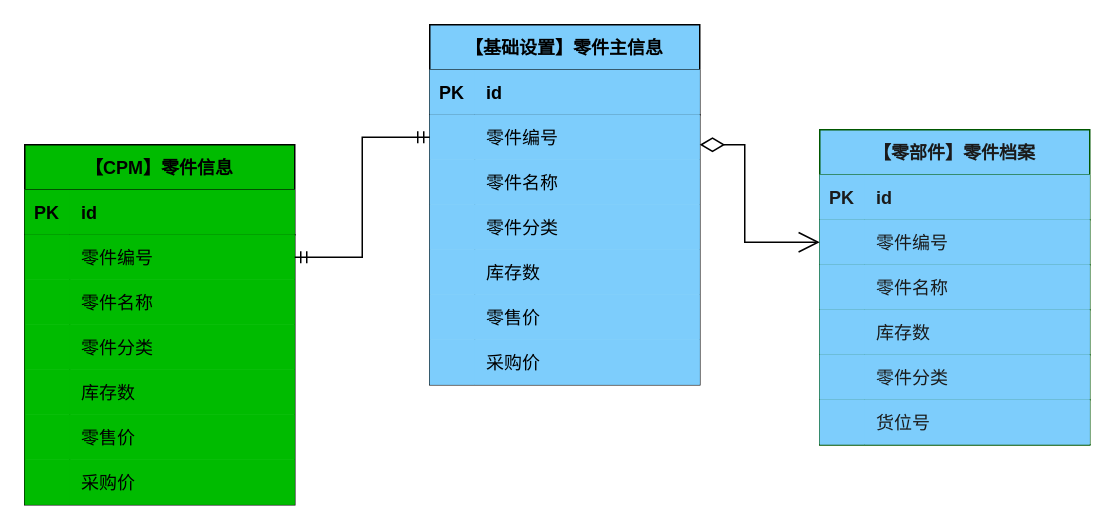
Before: page "聚合根" (4 of 4) of 零件主信息.drawio in 1132489442/gitRepository1, a draw.io diagram. Source tidied: cells renumbered, new cells numbered last; positions are measured from the earlier drawing's top-left corner, leaving out a move shared by most shapes. Both pictures are drawn from the tidied source at 150%, with x=0, y=0 at pixel (24, 24).
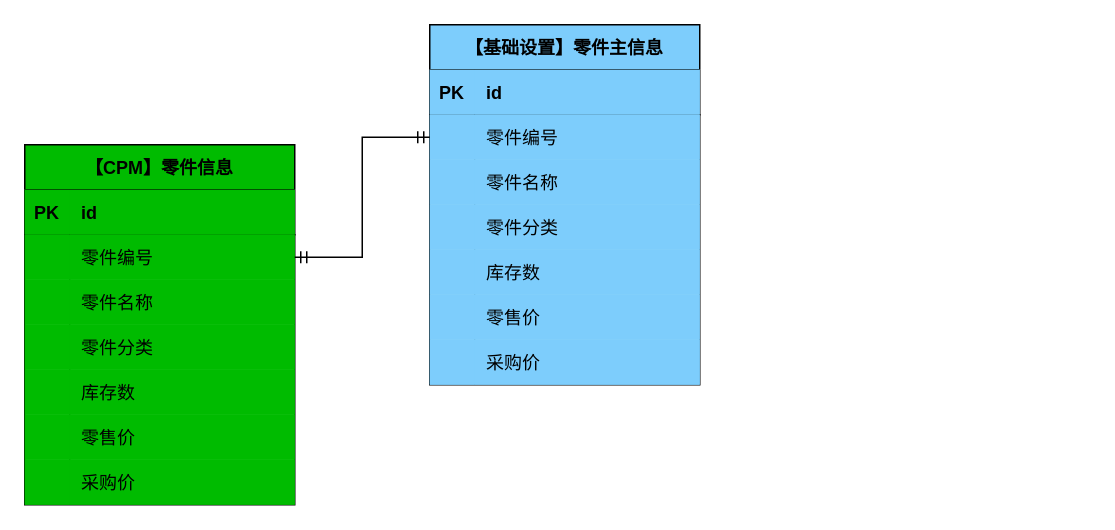
Above is the later version.

Change to the diagram source:
```diff
@@
-    <mxCell id="2" value="【零部件】零件档案" style="shape=table;startSize=30;childLayout=tableLayout;rowLines=0;fontStyle=1;align=center;fillColor=#7DCDFC;fontColor=#1A1A1A;strokeColor=#005700;" parent="1" vertex="1">
-      <mxGeometry x="530" y="70" width="180" height="210" as="geometry" />
-    </mxCell>
-    <mxCell id="3" style="shape=tableRow;horizontal=0;startSize=0;swimlaneHead=0;swimlaneBody=0;fillColor=#7DCDFC;top=0;left=0;right=0;bottom=1;fontColor=#1A1A1A;strokeColor=#005700;" parent="2" vertex="1">
-      <mxGeometry y="30" width="180" height="30" as="geometry" />
-    </mxCell>
-    <mxCell id="4" value="PK" style="shape=partialRectangle;fillColor=#7DCDFC;top=0;left=0;bottom=0;right=0;fontStyle=1;overflow=hidden;fontColor=#1A1A1A;strokeColor=#005700;" parent="3" vertex="1">
-      <mxGeometry width="30" height="30" as="geometry" />
-    </mxCell>
-    <mxCell id="5" value="id" style="shape=partialRectangle;fillColor=#7DCDFC;top=0;left=0;bottom=0;right=0;align=left;spacingLeft=6;fontStyle=1;overflow=hidden;fontColor=#1A1A1A;strokeColor=#005700;" parent="3" vertex="1">
-      <mxGeometry x="30" width="150" height="30" as="geometry" />
-    </mxCell>
-    <mxCell id="6" style="shape=tableRow;horizontal=0;startSize=0;swimlaneHead=0;swimlaneBody=0;fillColor=#7DCDFC;points=[[0,0.5],[1,0.5]];portConstraint=eastwest;top=0;left=0;right=0;bottom=1;fontColor=#1A1A1A;strokeColor=#005700;fontStyle=0;" parent="2" vertex="1">
-      <mxGeometry y="60" width="180" height="30" as="geometry" />
-    </mxCell>
-    <mxCell id="7" style="shape=partialRectangle;fillColor=#7DCDFC;top=0;left=0;bottom=0;right=0;fontStyle=0;overflow=hidden;fontColor=#1A1A1A;strokeColor=#005700;" parent="6" vertex="1">
-      <mxGeometry width="30" height="30" as="geometry" />
-    </mxCell>
-    <mxCell id="8" value="零件编号    " style="shape=partialRectangle;fillColor=#7DCDFC;top=0;left=0;bottom=0;right=0;align=left;spacingLeft=6;fontStyle=0;overflow=hidden;fontColor=#1A1A1A;strokeColor=#005700;" parent="6" vertex="1">
-      <mxGeometry x="30" width="150" height="30" as="geometry" />
-    </mxCell>
-    <mxCell id="9" style="shape=tableRow;horizontal=0;startSize=0;swimlaneHead=0;swimlaneBody=0;fillColor=#7DCDFC;top=0;left=0;right=0;bottom=1;fontColor=#1A1A1A;strokeColor=#005700;fontStyle=0;" parent="2" vertex="1">
-      <mxGeometry y="90" width="180" height="30" as="geometry" />
-    </mxCell>
-    <mxCell id="10" style="shape=partialRectangle;fillColor=#7DCDFC;top=0;left=0;bottom=0;right=0;fontStyle=0;overflow=hidden;fontColor=#1A1A1A;strokeColor=#005700;" parent="9" vertex="1">
-      <mxGeometry width="30" height="30" as="geometry" />
-    </mxCell>
-    <mxCell id="11" value="零件名称" style="shape=partialRectangle;fillColor=#7DCDFC;top=0;left=0;bottom=0;right=0;align=left;spacingLeft=6;fontStyle=0;overflow=hidden;fontColor=#1A1A1A;strokeColor=#005700;" parent="9" vertex="1">
-      <mxGeometry x="30" width="150" height="30" as="geometry" />
-    </mxCell>
-    <mxCell id="12" style="shape=tableRow;horizontal=0;startSize=0;swimlaneHead=0;swimlaneBody=0;fillColor=#7DCDFC;top=0;left=0;right=0;bottom=1;fontColor=#1A1A1A;strokeColor=#005700;fontStyle=0;" parent="2" vertex="1">
-      <mxGeometry y="120" width="180" height="30" as="geometry" />
-    </mxCell>
-    <mxCell id="13" style="shape=partialRectangle;fillColor=#7DCDFC;top=0;left=0;bottom=0;right=0;fontStyle=0;overflow=hidden;fontColor=#1A1A1A;strokeColor=#005700;" parent="12" vertex="1">
-      <mxGeometry width="30" height="30" as="geometry" />
-    </mxCell>
-    <mxCell id="14" value="库存数" style="shape=partialRectangle;fillColor=#7DCDFC;top=0;left=0;bottom=0;right=0;align=left;spacingLeft=6;fontStyle=0;overflow=hidden;fontColor=#1A1A1A;strokeColor=#005700;" parent="12" vertex="1">
-      <mxGeometry x="30" width="150" height="30" as="geometry" />
-    </mxCell>
-    <mxCell id="15" style="shape=tableRow;horizontal=0;startSize=0;swimlaneHead=0;swimlaneBody=0;fillColor=#7DCDFC;top=0;left=0;right=0;bottom=1;fontColor=#1A1A1A;strokeColor=#005700;fontStyle=0;" parent="2" vertex="1">
-      <mxGeometry y="150" width="180" height="30" as="geometry" />
-    </mxCell>
-    <mxCell id="16" style="shape=partialRectangle;fillColor=#7DCDFC;top=0;left=0;bottom=0;right=0;fontStyle=0;overflow=hidden;fontColor=#1A1A1A;strokeColor=#005700;" parent="15" vertex="1">
-      <mxGeometry width="30" height="30" as="geometry" />
-    </mxCell>
-    <mxCell id="17" value="零件分类" style="shape=partialRectangle;fillColor=#7DCDFC;top=0;left=0;bottom=0;right=0;align=left;spacingLeft=6;fontStyle=0;overflow=hidden;fontColor=#1A1A1A;strokeColor=#005700;" parent="15" vertex="1">
-      <mxGeometry x="30" width="150" height="30" as="geometry" />
-    </mxCell>
-    <mxCell id="18" style="shape=tableRow;horizontal=0;startSize=0;swimlaneHead=0;swimlaneBody=0;fillColor=#7DCDFC;top=0;left=0;right=0;bottom=1;fontColor=#1A1A1A;strokeColor=#005700;fontStyle=0;" parent="2" vertex="1">
-      <mxGeometry y="180" width="180" height="30" as="geometry" />
-    </mxCell>
-    <mxCell id="19" style="shape=partialRectangle;fillColor=#7DCDFC;top=0;left=0;bottom=0;right=0;fontStyle=0;overflow=hidden;fontColor=#1A1A1A;strokeColor=#005700;" parent="18" vertex="1">
-      <mxGeometry width="30" height="30" as="geometry" />
-    </mxCell>
-    <mxCell id="20" value="货位号" style="shape=partialRectangle;fillColor=#7DCDFC;top=0;left=0;bottom=0;right=0;align=left;spacingLeft=6;fontStyle=0;overflow=hidden;fontColor=#1A1A1A;strokeColor=#005700;" parent="18" vertex="1">
-      <mxGeometry x="30" width="150" height="30" as="geometry" />
-    </mxCell>
@@
-    <mxCell id="65" style="endArrow=open;html=1;endSize=12;startArrow=diamondThin;startSize=14;startFill=0;edgeStyle=orthogonalEdgeStyle;align=left;verticalAlign=bottom;rounded=0;entryX=0;entryY=0.5;entryDx=0;entryDy=0;" parent="1" edge="1" target="6">
-      <mxGeometry x="-1" y="3" relative="1" as="geometry">
-        <mxPoint x="450" y="80" as="sourcePoint" />
-        <Array as="points">
-          <mxPoint x="480" y="80" />
-          <mxPoint x="480" y="145" />
-        </Array>
-      </mxGeometry>
-    </mxCell>
```
